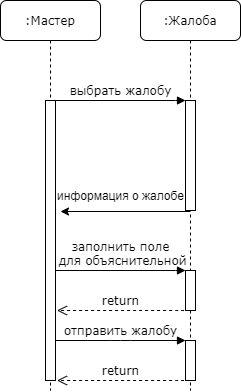
dariaGap/software-architecture-design keeps this draw.io diagram as pictures/diagrams/sequence_diagram_3.png. Above is the earlier version. Source tidied: cells renumbered, new cells last; positions are measured from the earlier drawing's top-left corner, leaving out a move shared by most shapes.
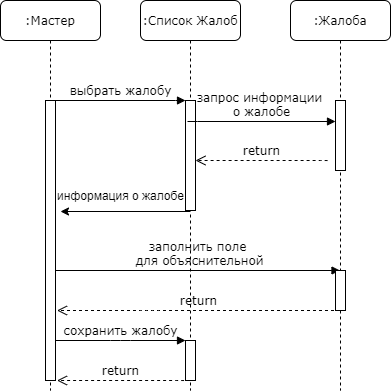
The same diagram one commit later.

Change to the diagram source:
```diff
@@ -2,15 +2,12 @@
   <root>
     <mxCell id="0" />
     <mxCell id="1" parent="0" />
-    <mxCell id="2" value=":Жалоба" style="shape=umlLifeline;perimeter=lifelinePerimeter;whiteSpace=wrap;html=1;outlineConnect=0;rounded=1;shadow=0;comic=0;labelBackgroundColor=none;strokeWidth=1;fontFamily=Verdana;fontSize=12;align=center;" parent="1" vertex="1">
+    <mxCell id="2" value=":Список Жалоб" style="shape=umlLifeline;perimeter=lifelinePerimeter;whiteSpace=wrap;html=1;outlineConnect=0;rounded=1;shadow=0;comic=0;labelBackgroundColor=none;strokeWidth=1;fontFamily=Verdana;fontSize=12;align=center;" parent="1" vertex="1">
       <mxGeometry x="254" width="100" height="390" as="geometry" />
     </mxCell>
     <mxCell id="3" style="html=1;points=[];perimeter=orthogonalPerimeter;rounded=0;shadow=0;comic=0;labelBackgroundColor=none;strokeWidth=1;fontFamily=Verdana;fontSize=12;align=center;" parent="2" vertex="1">
       <mxGeometry x="45" y="100" width="10" height="110" as="geometry" />
     </mxCell>
-    <mxCell id="4" style="html=1;perimeter=orthogonalPerimeter;rounded=0;shadow=0;comic=0;labelBackgroundColor=none;strokeWidth=1;fontFamily=Verdana;fontSize=12;align=center;" parent="2" vertex="1">
-      <mxGeometry x="45" y="270" width="10" height="40" as="geometry" />
-    </mxCell>
     <mxCell id="5" style="html=1;perimeter=orthogonalPerimeter;rounded=0;shadow=0;comic=0;labelBackgroundColor=none;strokeWidth=1;fontFamily=Verdana;fontSize=12;align=center;" parent="2" vertex="1">
       <mxGeometry x="45" y="340" width="10" height="40" as="geometry" />
     </mxCell>
@@ -31,23 +28,21 @@
     <mxCell id="10" value="информация о жалобе" style="text;html=1;align=center;verticalAlign=middle;" parent="1" vertex="1">
       <mxGeometry x="164" y="185" width="140" height="20" as="geometry" />
     </mxCell>
-    <mxCell id="11" value="заполнить поле&lt;br&gt;&amp;nbsp;для объяснительной" style="html=1;verticalAlign=bottom;endArrow=block;entryX=0;entryY=0;labelBackgroundColor=none;fontFamily=Verdana;fontSize=12;edgeStyle=elbowEdgeStyle;elbow=vertical;" parent="1" edge="1">
+    <mxCell id="11" value="заполнить поле&lt;br&gt;&amp;nbsp;для объяснительной" style="html=1;verticalAlign=bottom;endArrow=block;labelBackgroundColor=none;fontFamily=Verdana;fontSize=12;edgeStyle=elbowEdgeStyle;elbow=vertical;" parent="1" edge="1" target="15">
       <mxGeometry relative="1" as="geometry">
         <mxPoint x="169" y="270" as="sourcePoint" />
-        <mxPoint x="299" y="270" as="targetPoint" />
       </mxGeometry>
     </mxCell>
-    <mxCell id="12" value="return" style="html=1;verticalAlign=bottom;endArrow=open;dashed=1;endSize=8;labelBackgroundColor=none;fontFamily=Verdana;fontSize=12;edgeStyle=elbowEdgeStyle;elbow=vertical;exitX=-0.3;exitY=0.84;exitDx=0;exitDy=0;exitPerimeter=0;" parent="1" edge="1">
+    <mxCell id="12" value="return" style="html=1;verticalAlign=bottom;endArrow=open;dashed=1;endSize=8;labelBackgroundColor=none;fontFamily=Verdana;fontSize=12;edgeStyle=elbowEdgeStyle;elbow=vertical;" parent="1" edge="1" source="15">
       <mxGeometry relative="1" as="geometry">
-        <mxPoint x="297.5" y="310.2" as="sourcePoint" />
         <mxPoint x="170.5" y="310" as="targetPoint" />
         <Array as="points">
-          <mxPoint x="205.5" y="310" />
+          <mxPoint x="264" y="310" />
           <mxPoint x="0.5" y="335" />
         </Array>
       </mxGeometry>
     </mxCell>
-    <mxCell id="13" value="отправить жалобу" style="html=1;verticalAlign=bottom;endArrow=block;entryX=0;entryY=0;labelBackgroundColor=none;fontFamily=Verdana;fontSize=12;edgeStyle=elbowEdgeStyle;elbow=vertical;" parent="1" edge="1">
+    <mxCell id="13" value="сохранить жалобу" style="html=1;verticalAlign=bottom;endArrow=block;entryX=0;entryY=0;labelBackgroundColor=none;fontFamily=Verdana;fontSize=12;edgeStyle=elbowEdgeStyle;elbow=vertical;" parent="1" edge="1">
       <mxGeometry relative="1" as="geometry">
         <mxPoint x="169" y="340" as="sourcePoint" />
         <mxPoint x="299" y="340" as="targetPoint" />
@@ -63,5 +58,26 @@
         </Array>
       </mxGeometry>
     </mxCell>
+    <mxCell id="15" value=":Жалоба" style="shape=umlLifeline;perimeter=lifelinePerimeter;whiteSpace=wrap;html=1;outlineConnect=0;rounded=1;shadow=0;comic=0;labelBackgroundColor=none;strokeWidth=1;fontFamily=Verdana;fontSize=12;align=center;" parent="1" vertex="1">
+      <mxGeometry x="404" width="100" height="390" as="geometry" />
+    </mxCell>
+    <mxCell id="16" style="html=1;points=[];perimeter=orthogonalPerimeter;rounded=0;shadow=0;comic=0;labelBackgroundColor=none;strokeWidth=1;fontFamily=Verdana;fontSize=12;align=center;" parent="15" vertex="1">
+      <mxGeometry x="45" y="100" width="10" height="70" as="geometry" />
+    </mxCell>
+    <mxCell id="4" style="html=1;perimeter=orthogonalPerimeter;rounded=0;shadow=0;comic=0;labelBackgroundColor=none;strokeWidth=1;fontFamily=Verdana;fontSize=12;align=center;" parent="15" vertex="1">
+      <mxGeometry x="45" y="270" width="10" height="40" as="geometry" />
+    </mxCell>
+    <mxCell id="17" value="запрос информации &lt;br&gt;о жалобе" style="html=1;verticalAlign=bottom;endArrow=block;labelBackgroundColor=none;fontFamily=Verdana;fontSize=12;edgeStyle=elbowEdgeStyle;elbow=vertical;exitX=0.2;exitY=0.191;exitDx=0;exitDy=0;exitPerimeter=0;" parent="1" edge="1" source="3" target="16">
+      <mxGeometry relative="1" as="geometry" />
+    </mxCell>
+    <mxCell id="18" value="return" style="html=1;verticalAlign=bottom;endArrow=open;dashed=1;endSize=8;labelBackgroundColor=none;fontFamily=Verdana;fontSize=12;edgeStyle=elbowEdgeStyle;elbow=vertical;exitX=-0.3;exitY=0.84;exitDx=0;exitDy=0;exitPerimeter=0;" parent="1" edge="1" target="3">
+      <mxGeometry relative="1" as="geometry">
+        <mxPoint x="441" y="160.2" as="sourcePoint" />
+        <Array as="points">
+          <mxPoint x="464" y="160" />
+          <mxPoint x="144" y="185" />
+        </Array>
+      </mxGeometry>
+    </mxCell>
   </root>
 </mxGraphModel>
```
